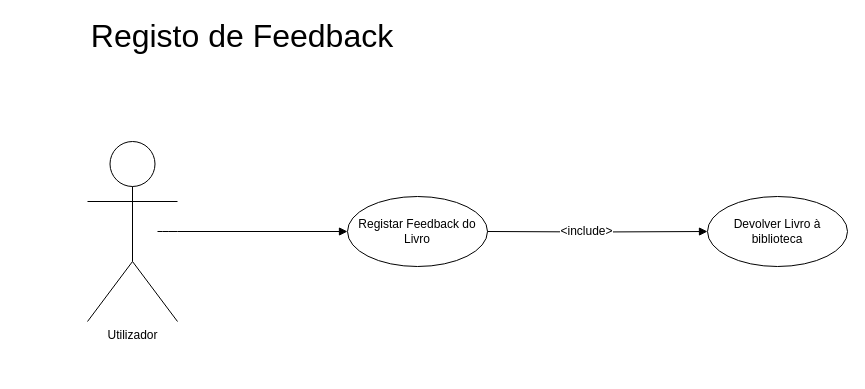
Before: resources/Casos de Uso/Registo_feedback.drawio in EdwinOliveira/Engenharia-de-Software---Projecto-2019, a draw.io diagram. Source tidied: cells renumbered, new cells numbered last; positions are measured from the earlier drawing's top-left corner, leaving out a move shared by most shapes. Both pictures are drawn from the tidied source at 100%, with x=0, y=0 at pixel (47, 26).
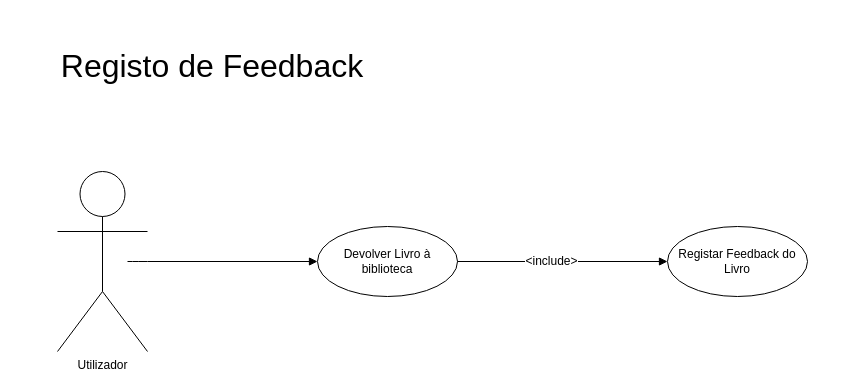
The same diagram, later.

Commit message (it also covers changes not shown here):
Update Use Cases

The edit, as a diff of the source:
```diff
@@
 <mxGraphModel>
   <root>
     <mxCell id="0" />
     <mxCell id="1" parent="0" />
     <mxCell id="2" value="&lt;span style=&quot;font-size: 32px&quot;&gt;Registo de Feedback&lt;/span&gt;" style="text;html=1;strokeColor=none;fillColor=none;align=center;verticalAlign=middle;whiteSpace=wrap;rounded=0;" parent="1" vertex="1">
-      <mxGeometry width="390" height="20" as="geometry" />
+      <mxGeometry x="-30" y="30" width="390" height="20" as="geometry" />
     </mxCell>
     <mxCell id="3" value="Utilizador" style="shape=umlActor;verticalLabelPosition=bottom;labelBackgroundColor=#ffffff;verticalAlign=top;html=1;" parent="1" vertex="1">
-      <mxGeometry x="40" y="115" width="90" height="180" as="geometry" />
+      <mxGeometry x="10" y="145" width="90" height="180" as="geometry" />
     </mxCell>
     <mxCell id="4" value="Registar Feedback do Livro" style="ellipse;whiteSpace=wrap;html=1;" parent="1" vertex="1">
-      <mxGeometry x="300" y="170" width="140" height="70" as="geometry" />
+      <mxGeometry x="620" y="200" width="140" height="70" as="geometry" />
     </mxCell>
-    <mxCell id="5" style="endArrow=block;endFill=1;html=1;edgeStyle=orthogonalEdgeStyle;align=left;verticalAlign=top;" parent="1" edge="1">
-      <mxGeometry x="-0.9" y="-15" relative="1" as="geometry">
-        <mxPoint x="110" y="205" as="sourcePoint" />
-        <mxPoint x="300" y="205" as="targetPoint" />
-        <Array as="points">
-          <mxPoint x="120" y="205" />
-        </Array>
-      </mxGeometry>
-    </mxCell>
+    <mxCell id="9" style="endArrow=block;endFill=1;html=1;edgeStyle=orthogonalEdgeStyle;align=left;verticalAlign=top;" parent="1" edge="1">
+      <mxGeometry x="-0.9" y="-15" relative="1" as="geometry">
+        <mxPoint x="80" y="235" as="sourcePoint" />
+        <mxPoint x="270" y="235" as="targetPoint" />
+        <Array as="points">
+          <mxPoint x="90" y="235" />
+        </Array>
+      </mxGeometry>
+    </mxCell>
     <mxCell id="6" value="Devolver Livro à biblioteca" style="ellipse;whiteSpace=wrap;html=1;" parent="1" vertex="1">
-      <mxGeometry x="660" y="170" width="140" height="70" as="geometry" />
+      <mxGeometry x="270" y="200" width="140" height="70" as="geometry" />
     </mxCell>
-    <mxCell id="7" style="endArrow=block;endFill=1;html=1;edgeStyle=orthogonalEdgeStyle;align=left;verticalAlign=top;entryX=0;entryY=0.5;entryDx=0;entryDy=0;" parent="1" edge="1" target="6">
-      <mxGeometry x="-1" relative="1" as="geometry">
-        <mxPoint x="440" y="205" as="sourcePoint" />
-      </mxGeometry>
-    </mxCell>
+    <mxCell id="10" style="endArrow=block;endFill=1;html=1;edgeStyle=orthogonalEdgeStyle;align=left;verticalAlign=top;" parent="1" edge="1">
+      <mxGeometry x="-1" relative="1" as="geometry">
+        <mxPoint x="410" y="235" as="sourcePoint" />
+        <mxPoint x="620" y="235" as="targetPoint" />
+      </mxGeometry>
+    </mxCell>
-    <mxCell id="8" value="&amp;lt;include&amp;gt;" style="text;html=1;align=center;verticalAlign=middle;labelBackgroundColor=#ffffff;" parent="7" vertex="1">
+    <mxCell id="8" value="&amp;lt;include&amp;gt;" style="text;html=1;align=center;verticalAlign=middle;labelBackgroundColor=#ffffff;" parent="10" vertex="1">
       <mxGeometry x="-0.11" y="1" relative="1" as="geometry" />
     </mxCell>
   </root>
 </mxGraphModel>
```
